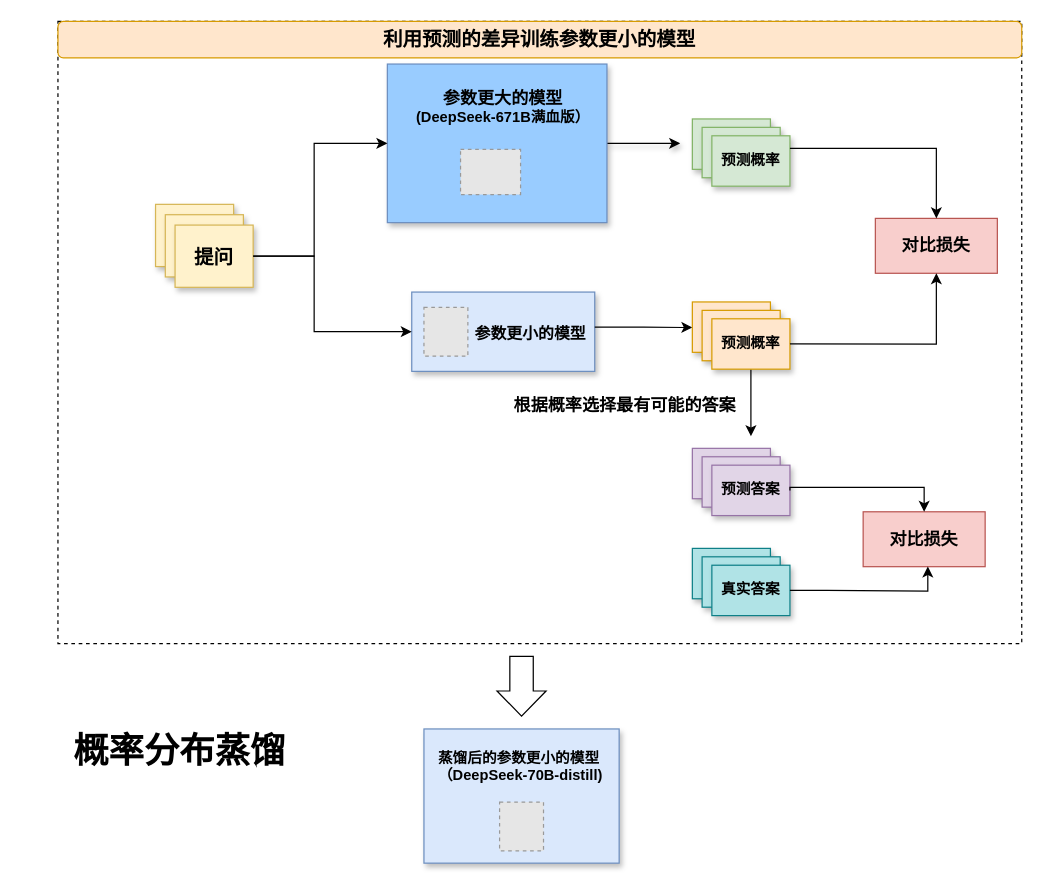
ShizhongP/dl-notes keeps this draw.io diagram as assets/概率分布蒸馏.drawio. Above is the earlier version. Source tidied: cells renumbered, new cells numbered last; positions are measured from the earlier drawing's top-left corner, leaving out a move shared by most shapes. Both pictures are drawn from the tidied source at 122%, with x=0, y=0 at pixel (21, 21). Pictures stored in the file or linked from it are replaced by grey dashed boxes.
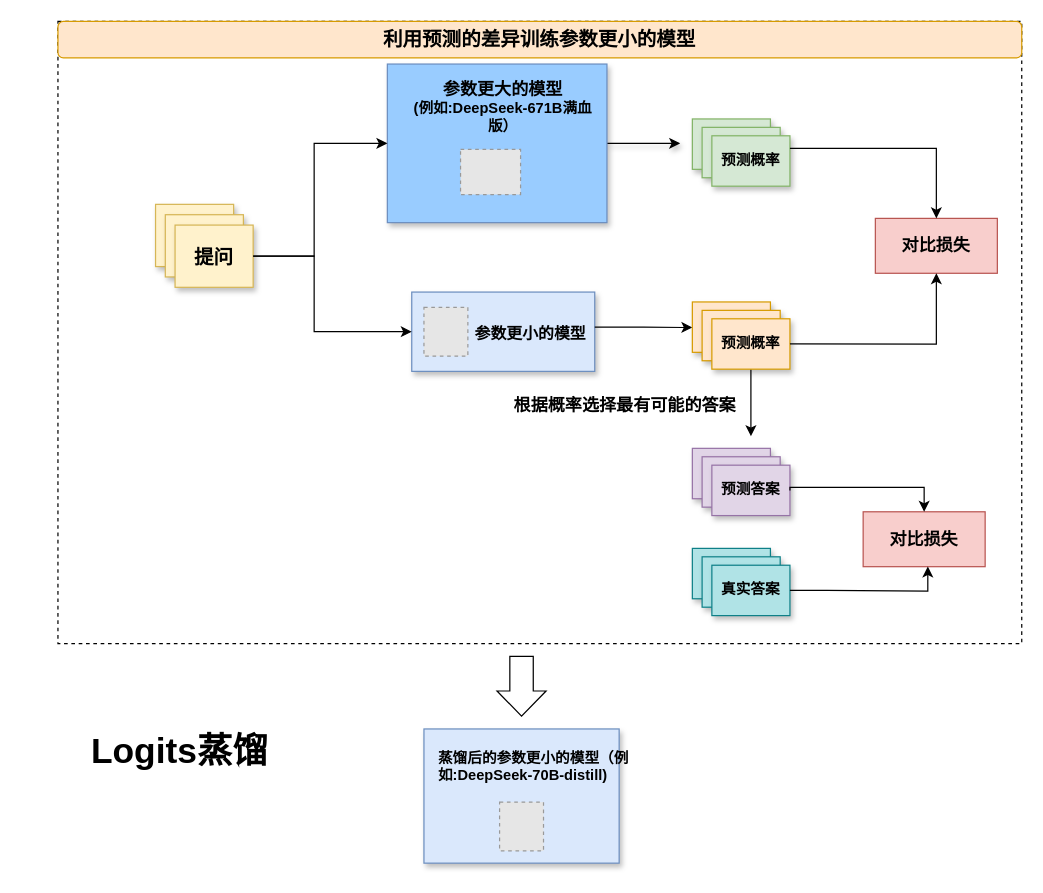
The same diagram, later.

Commit message:
更新概率分布蒸馏.drawio

The edit, as a diff of the source:
```diff
@@
-    <mxCell id="5" value="&lt;div&gt;&lt;b&gt;&lt;span style=&quot;color: rgb(0, 0, 0);&quot;&gt;&lt;font style=&quot;font-size: 14px;&quot;&gt;参数更大的模型&lt;/font&gt;&lt;/span&gt;&lt;br&gt;&lt;/b&gt;&lt;/div&gt;&lt;div&gt;&lt;b&gt;(DeepSeek-671B满血版）&lt;/b&gt;&lt;/div&gt;" style="text;html=1;align=center;verticalAlign=middle;whiteSpace=wrap;rounded=0;shadow=1;" parent="1" vertex="1">
+    <mxCell id="5" value="&lt;div&gt;&lt;b&gt;&lt;span style=&quot;color: rgb(0, 0, 0);&quot;&gt;&lt;font style=&quot;font-size: 14px;&quot;&gt;参数更大的模型&lt;/font&gt;&lt;/span&gt;&lt;br&gt;&lt;/b&gt;&lt;/div&gt;&lt;div&gt;&lt;b&gt;(例如:DeepSeek-671B满血版）&lt;/b&gt;&lt;/div&gt;" style="text;html=1;align=center;verticalAlign=middle;whiteSpace=wrap;rounded=0;shadow=1;" parent="1" vertex="1">
       <mxGeometry x="315" y="50" width="160" height="40" as="geometry" />
     </mxCell>
@@
-    <mxCell id="9" value="&lt;b&gt;蒸馏后的参数更小的模型（DeepSeek-70B-distill)&lt;/b&gt;" style="text;whiteSpace=wrap;html=1;" parent="1" vertex="1">
+    <mxCell id="9" value="&lt;b&gt;蒸馏后的参数更小的模型（例如:DeepSeek-70B-distill)&lt;/b&gt;" style="text;whiteSpace=wrap;html=1;" parent="1" vertex="1">
       <mxGeometry x="340" y="590" width="160" height="40" as="geometry" />
     </mxCell>
@@
-    <mxCell id="11" value="&lt;font style=&quot;font-size: 29px;&quot;&gt;&lt;b&gt;&lt;font&gt;概率分布蒸馏&lt;/font&gt;&lt;/b&gt;&lt;/font&gt;" style="text;html=1;align=center;verticalAlign=middle;whiteSpace=wrap;rounded=0;" parent="1" vertex="1">
+    <mxCell id="11" value="&lt;font style=&quot;font-size: 29px;&quot;&gt;&lt;b&gt;&lt;font&gt;Logits蒸馏&lt;/font&gt;&lt;/b&gt;&lt;/font&gt;" style="text;html=1;align=center;verticalAlign=middle;whiteSpace=wrap;rounded=0;" parent="1" vertex="1">
       <mxGeometry y="570" width="260" height="55" as="geometry" />
     </mxCell>
```
